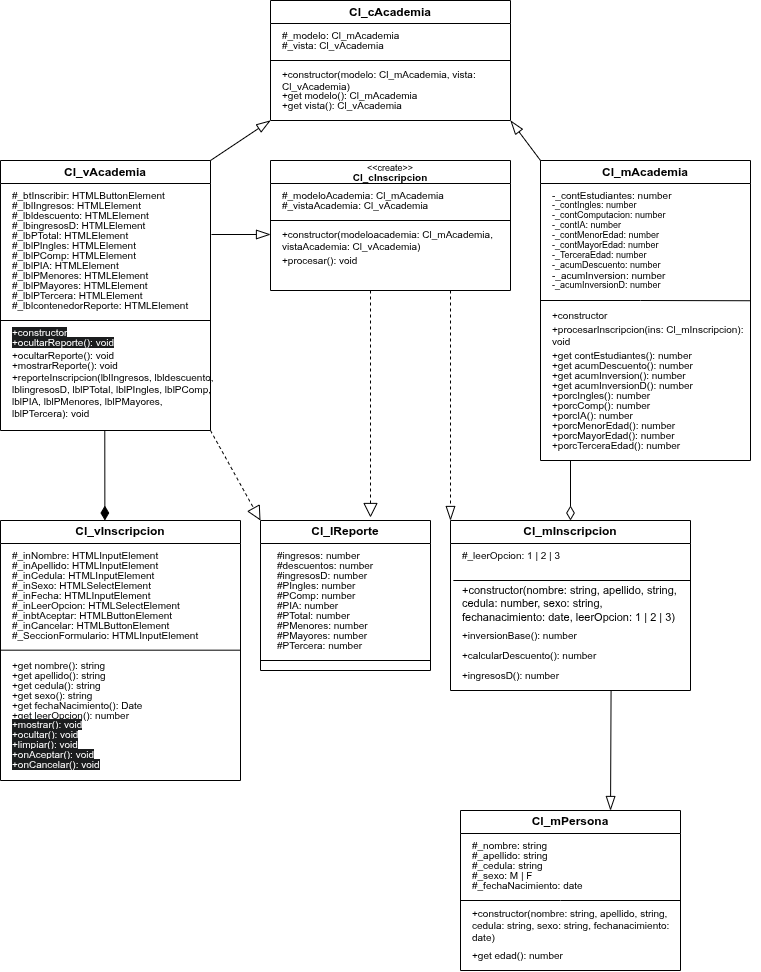
Before: resources/AcademiaUML.png, a diagram exported from draw.io (leunqm1/L26.1.C2.defg.TeamZev.Academia). Source tidied: cells renumbered, new cells last; positions are measured from the earlier drawing's top-left corner, leaving out a move shared by most shapes.
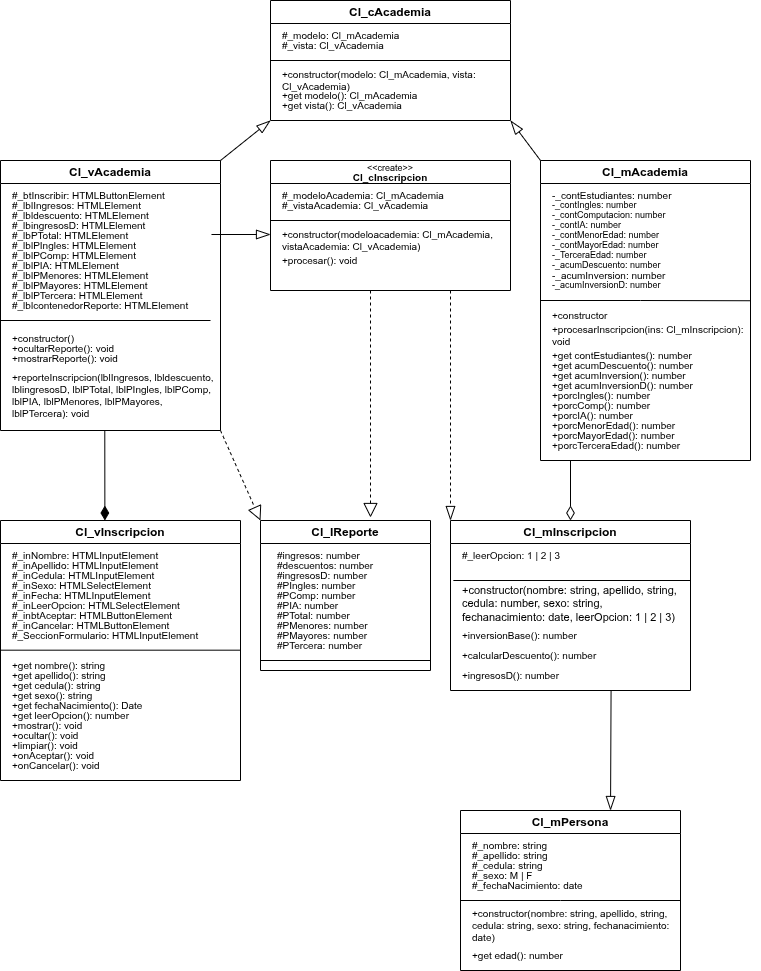
After the commit.

The edit, as a diff of the source:
```diff
@@ -155,25 +155,25 @@
       <mxGeometry x="10" y="170" width="210" height="30" as="geometry" />
     </mxCell>
     <mxCell id="49" value="+get leerOpcion(): number" style="text;html=1;whiteSpace=wrap;strokeColor=none;fillColor=none;align=left;verticalAlign=middle;rounded=0;fontSize=10;" parent="33" vertex="1">
-      <mxGeometry x="10" y="180" width="210" height="30" as="geometry" />
+      <mxGeometry x="10" y="190" width="210" height="10" as="geometry" />
     </mxCell>
-    <mxCell id="50" value="&lt;span style=&quot;color: rgb(255, 255, 255); font-family: Helvetica; font-size: 10px; font-style: normal; font-variant-ligatures: normal; font-variant-caps: normal; font-weight: 400; letter-spacing: normal; orphans: 2; text-align: left; text-indent: 0px; text-transform: none; widows: 2; word-spacing: 0px; -webkit-text-stroke-width: 0px; white-space: normal; background-color: rgb(27, 29, 30); text-decoration-thickness: initial; text-decoration-style: initial; text-decoration-color: initial; display: inline !important; float: none;&quot;&gt;+mostrar(): void&lt;/span&gt;" style="text;whiteSpace=wrap;html=1;" parent="33" vertex="1">
-      <mxGeometry x="10" y="190" width="150" height="40" as="geometry" />
+    <mxCell id="50" value="+mostrar(): void" style="text;html=1;whiteSpace=wrap;strokeColor=none;fillColor=none;align=left;verticalAlign=middle;rounded=0;fontSize=10;" parent="33" vertex="1">
+      <mxGeometry x="10" y="200" width="210" height="10" as="geometry" />
     </mxCell>
-    <mxCell id="51" value="&lt;span style=&quot;color: rgb(255, 255, 255); font-family: Helvetica; font-size: 10px; font-style: normal; font-variant-ligatures: normal; font-variant-caps: normal; font-weight: 400; letter-spacing: normal; orphans: 2; text-align: left; text-indent: 0px; text-transform: none; widows: 2; word-spacing: 0px; -webkit-text-stroke-width: 0px; white-space: normal; background-color: rgb(27, 29, 30); text-decoration-thickness: initial; text-decoration-style: initial; text-decoration-color: initial; display: inline !important; float: none;&quot;&gt;+ocultar(): void&lt;/span&gt;" style="text;whiteSpace=wrap;html=1;" parent="33" vertex="1">
-      <mxGeometry x="10" y="200" width="120" height="40" as="geometry" />
+    <mxCell id="51" value="+ocultar(): void" style="text;html=1;whiteSpace=wrap;strokeColor=none;fillColor=none;align=left;verticalAlign=middle;rounded=0;fontSize=10;" parent="33" vertex="1">
+      <mxGeometry x="10" y="210" width="210" height="10" as="geometry" />
     </mxCell>
-    <mxCell id="52" value="&lt;span style=&quot;color: rgb(255, 255, 255); font-family: Helvetica; font-size: 10px; font-style: normal; font-variant-ligatures: normal; font-variant-caps: normal; font-weight: 400; letter-spacing: normal; orphans: 2; text-align: left; text-indent: 0px; text-transform: none; widows: 2; word-spacing: 0px; -webkit-text-stroke-width: 0px; white-space: normal; background-color: rgb(27, 29, 30); text-decoration-thickness: initial; text-decoration-style: initial; text-decoration-color: initial; display: inline !important; float: none;&quot;&gt;+limpiar(): void&lt;/span&gt;" style="text;whiteSpace=wrap;html=1;" parent="33" vertex="1">
-      <mxGeometry x="10" y="210" width="120" height="40" as="geometry" />
+    <mxCell id="52" value="+limpiar(): void" style="text;html=1;whiteSpace=wrap;strokeColor=none;fillColor=none;align=left;verticalAlign=middle;rounded=0;fontSize=10;" parent="33" vertex="1">
+      <mxGeometry x="10" y="220" width="210" height="10" as="geometry" />
     </mxCell>
-    <mxCell id="53" value="&lt;span style=&quot;color: rgb(255, 255, 255); font-family: Helvetica; font-size: 10px; font-style: normal; font-variant-ligatures: normal; font-variant-caps: normal; font-weight: 400; letter-spacing: normal; orphans: 2; text-align: left; text-indent: 0px; text-transform: none; widows: 2; word-spacing: 0px; -webkit-text-stroke-width: 0px; white-space: normal; background-color: rgb(27, 29, 30); text-decoration-thickness: initial; text-decoration-style: initial; text-decoration-color: initial; display: inline !important; float: none;&quot;&gt;+onAceptar(): void&lt;/span&gt;" style="text;whiteSpace=wrap;html=1;" parent="33" vertex="1">
-      <mxGeometry x="10" y="220" width="100" height="40" as="geometry" />
+    <mxCell id="53" value="+onAceptar(): void" style="text;html=1;whiteSpace=wrap;strokeColor=none;fillColor=none;align=left;verticalAlign=middle;rounded=0;fontSize=10;" parent="33" vertex="1">
+      <mxGeometry x="10" y="230" width="210" height="10" as="geometry" />
     </mxCell>
-    <mxCell id="54" value="&lt;span style=&quot;color: rgb(255, 255, 255); font-family: Helvetica; font-size: 10px; font-style: normal; font-variant-ligatures: normal; font-variant-caps: normal; font-weight: 400; letter-spacing: normal; orphans: 2; text-align: left; text-indent: 0px; text-transform: none; widows: 2; word-spacing: 0px; -webkit-text-stroke-width: 0px; white-space: normal; background-color: rgb(27, 29, 30); text-decoration-thickness: initial; text-decoration-style: initial; text-decoration-color: initial; display: inline !important; float: none;&quot;&gt;+onCancelar(): void&lt;/span&gt;" style="text;whiteSpace=wrap;html=1;" parent="33" vertex="1">
-      <mxGeometry x="10" y="230" width="100" height="40" as="geometry" />
+    <mxCell id="54" value="+onCancelar(): void" style="text;html=1;whiteSpace=wrap;strokeColor=none;fillColor=none;align=left;verticalAlign=middle;rounded=0;fontSize=10;" parent="33" vertex="1">
+      <mxGeometry x="10" y="240" width="210" height="10" as="geometry" />
     </mxCell>
     <mxCell id="55" value="&lt;font style=&quot;font-size: 12px;&quot;&gt;Cl_vAcademia&lt;/font&gt;" style="swimlane;whiteSpace=wrap;html=1;fontSize=10;" parent="1" vertex="1">
-      <mxGeometry y="160" width="210" height="270" as="geometry" />
+      <mxGeometry y="160" width="220" height="270" as="geometry" />
     </mxCell>
     <mxCell id="56" value="#_btInscribir: HTMLButtonElement" style="text;html=1;whiteSpace=wrap;strokeColor=none;fillColor=none;align=left;verticalAlign=middle;rounded=0;fontSize=10;" parent="55" vertex="1">
       <mxGeometry x="10" y="30" width="210" height="10" as="geometry" />
@@ -217,21 +217,18 @@
     <mxCell id="68" value="#_lblcontenedorReporte: HTMLElement" style="text;html=1;whiteSpace=wrap;strokeColor=none;fillColor=none;align=left;verticalAlign=middle;rounded=0;fontSize=10;" parent="55" vertex="1">
       <mxGeometry x="10" y="140" width="210" height="10" as="geometry" />
     </mxCell>
-    <mxCell id="69" value="&lt;span style=&quot;color: rgb(255, 255, 255); font-family: Helvetica; font-size: 10px; font-style: normal; font-variant-ligatures: normal; font-variant-caps: normal; font-weight: 400; letter-spacing: normal; orphans: 2; text-align: left; text-indent: 0px; text-transform: none; widows: 2; word-spacing: 0px; -webkit-text-stroke-width: 0px; white-space: normal; background-color: rgb(27, 29, 30); text-decoration-thickness: initial; text-decoration-style: initial; text-decoration-color: initial; display: inline !important; float: none;&quot;&gt;+ocultarReporte(): void&lt;/span&gt;" style="text;whiteSpace=wrap;html=1;fontSize=10;" parent="55" vertex="1">
-      <mxGeometry x="10" y="170" width="230" height="15" as="geometry" />
-    </mxCell>
     <mxCell id="70" value="+mostrarReporte(): void" style="text;html=1;whiteSpace=wrap;strokeColor=none;fillColor=none;align=left;verticalAlign=middle;rounded=0;fontSize=10;" parent="55" vertex="1">
-      <mxGeometry x="10" y="200" width="210" height="10" as="geometry" />
+      <mxGeometry x="10" y="192.5" width="210" height="10" as="geometry" />
     </mxCell>
     <mxCell id="71" value="+ocultarReporte(): void" style="text;html=1;whiteSpace=wrap;strokeColor=none;fillColor=none;align=left;verticalAlign=middle;rounded=0;fontSize=10;" parent="55" vertex="1">
-      <mxGeometry x="10" y="190" width="210" height="10" as="geometry" />
+      <mxGeometry x="10" y="182.5" width="210" height="10" as="geometry" />
     </mxCell>
     <mxCell id="72" value="+reporteInscripcion(lblIngresos, lbldescuento, lblingresosD, lblPTotal, lblPIngles, lblPComp, lblPIA, lblPMenores, lblPMayores, lblPTercera): void" style="text;html=1;whiteSpace=wrap;strokeColor=none;fillColor=none;align=left;verticalAlign=middle;rounded=0;fontSize=10;" parent="55" vertex="1">
       <mxGeometry x="10" y="230" width="210" height="10" as="geometry" />
     </mxCell>
-    <mxCell id="73" value="&lt;span style=&quot;color: rgb(255, 255, 255); font-family: Helvetica; font-size: 10px; font-style: normal; font-variant-ligatures: normal; font-variant-caps: normal; font-weight: 400; letter-spacing: normal; orphans: 2; text-align: left; text-indent: 0px; text-transform: none; widows: 2; word-spacing: 0px; -webkit-text-stroke-width: 0px; white-space: normal; background-color: rgb(27, 29, 30); text-decoration-thickness: initial; text-decoration-style: initial; text-decoration-color: initial; display: inline !important; float: none;&quot;&gt;+constructor&lt;/span&gt;" style="text;whiteSpace=wrap;html=1;" parent="55" vertex="1">
-      <mxGeometry x="10" y="157.5" width="140" height="40" as="geometry" />
-    </mxCell>
+    <mxCell id="117" value="+constructor()" style="text;html=1;whiteSpace=wrap;strokeColor=none;fillColor=none;align=left;verticalAlign=middle;rounded=0;fontSize=10;" parent="55" vertex="1">
+      <mxGeometry x="10" y="172.5" width="210" height="10" as="geometry" />
+    </mxCell>
     <mxCell id="74" value="&lt;font style=&quot;font-size: 12px;&quot;&gt;Cl_IReporte&lt;/font&gt;" style="swimlane;whiteSpace=wrap;html=1;fontSize=10;" parent="1" vertex="1">
       <mxGeometry x="260" y="520" width="170" height="150" as="geometry" />
     </mxCell>
```
